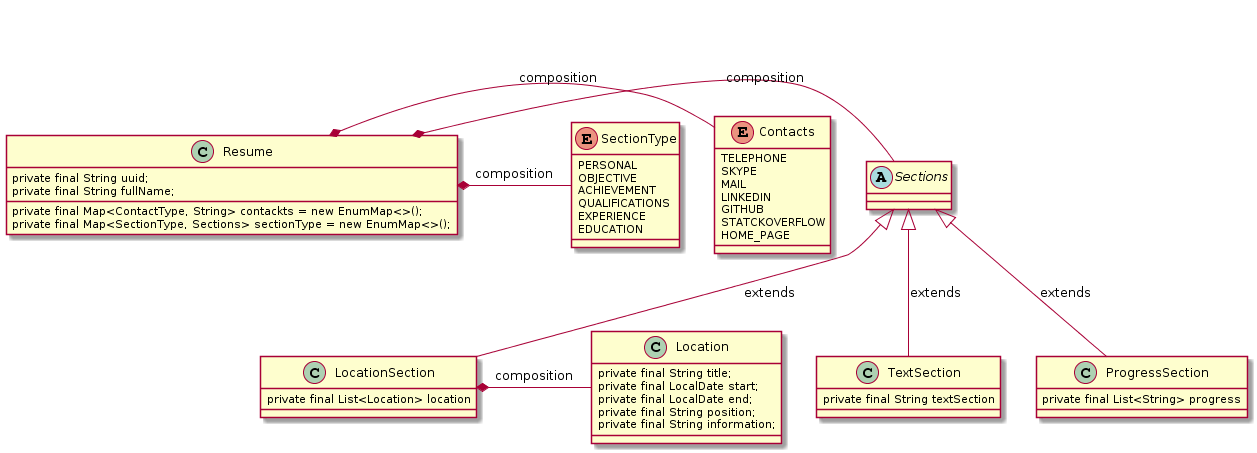
This is uml Resume.png from romankhiropulos/basejava, a PlantUML export, as it was before one commit. Source of this version:
```plantuml
@startuml
abstract class Sections
enum SectionType
enum Contacts

Resume *- Sections : composition
Resume *- Contacts : composition
Resume *- SectionType : composition
LocationSection *- Location : composition
Resume : private final String uuid;
Resume : private final String fullName;
Resume : private final Map<ContactType, String> contackts = new EnumMap<>();
Resume : private final Map<SectionType, Sections> sectionType = new EnumMap<>();

Contacts : TELEPHONE
Contacts : SKYPE
Contacts : MAIL
Contacts : LINKEDIN
Contacts : GITHUB
Contacts : STATCKOVERFLOW
Contacts : HOME_PAGE

SectionType : PERSONAL
SectionType : OBJECTIVE
SectionType : ACHIEVEMENT
SectionType : QUALIFICATIONS
SectionType : EXPERIENCE
SectionType : EDUCATION

Location : private final String title;
Location : private final LocalDate start;
Location : private final LocalDate end;

Location : private final String position;
Location : private final String information;



Sections <|-- TextSection  : extends
TextSection : private final String textSection
Sections <|-- ProgressSection : extends
ProgressSection : private final List<String> progress
Sections <|-- LocationSection : extends
LocationSection : private final List<Location> location
@enduml
```
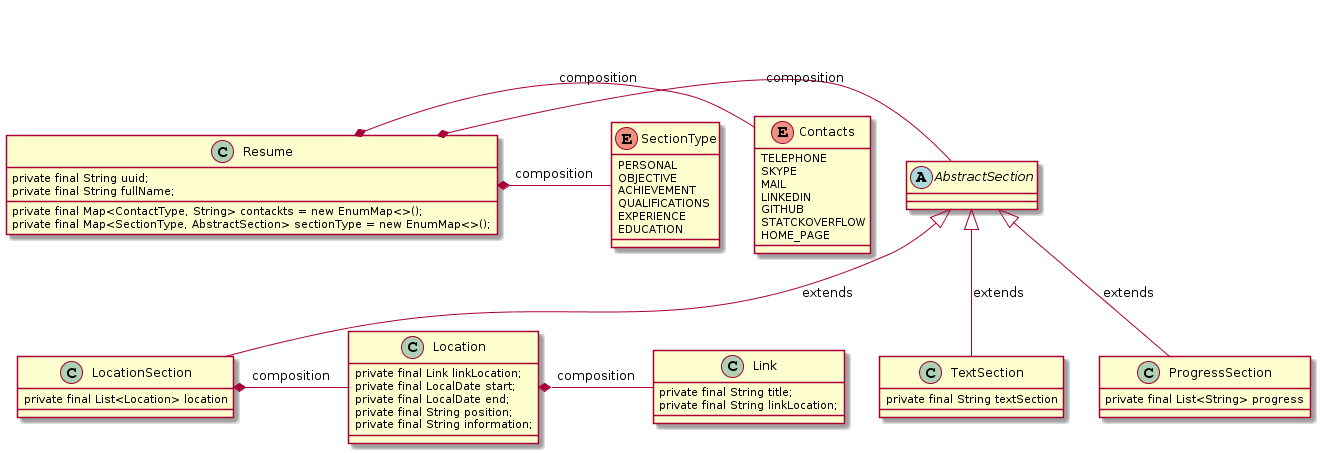
After the change.

The edit, as a diff of the source:
```diff
@@ -1,16 +1,17 @@
 @startuml
-abstract class Sections
+abstract class AbstractSection
 enum SectionType
 enum Contacts
 
-Resume *- Sections : composition
+Resume *- AbstractSection : composition
 Resume *- Contacts : composition
 Resume *- SectionType : composition
 LocationSection *- Location : composition
+Location *- Link : composition
 Resume : private final String uuid;
 Resume : private final String fullName;
 Resume : private final Map<ContactType, String> contackts = new EnumMap<>();
-Resume : private final Map<SectionType, Sections> sectionType = new EnumMap<>();
+Resume : private final Map<SectionType, AbstractSection> sectionType = new EnumMap<>();
 
 Contacts : TELEPHONE
 Contacts : SKYPE
@@ -27,19 +28,22 @@
 SectionType : EXPERIENCE
 SectionType : EDUCATION
 
-Location : private final String title;
+Location : private final Link linkLocation;
 Location : private final LocalDate start;
 Location : private final LocalDate end;
 
 Location : private final String position;
 Location : private final String information;
 
+Link : private final String title;
+Link : private final String linkLocation;
 
 
-Sections <|-- TextSection  : extends
+
+AbstractSection <|-- TextSection  : extends
 TextSection : private final String textSection
-Sections <|-- ProgressSection : extends
+AbstractSection <|-- ProgressSection : extends
 ProgressSection : private final List<String> progress
-Sections <|-- LocationSection : extends
+AbstractSection <|-- LocationSection : extends
 LocationSection : private final List<Location> location
 @enduml
```
